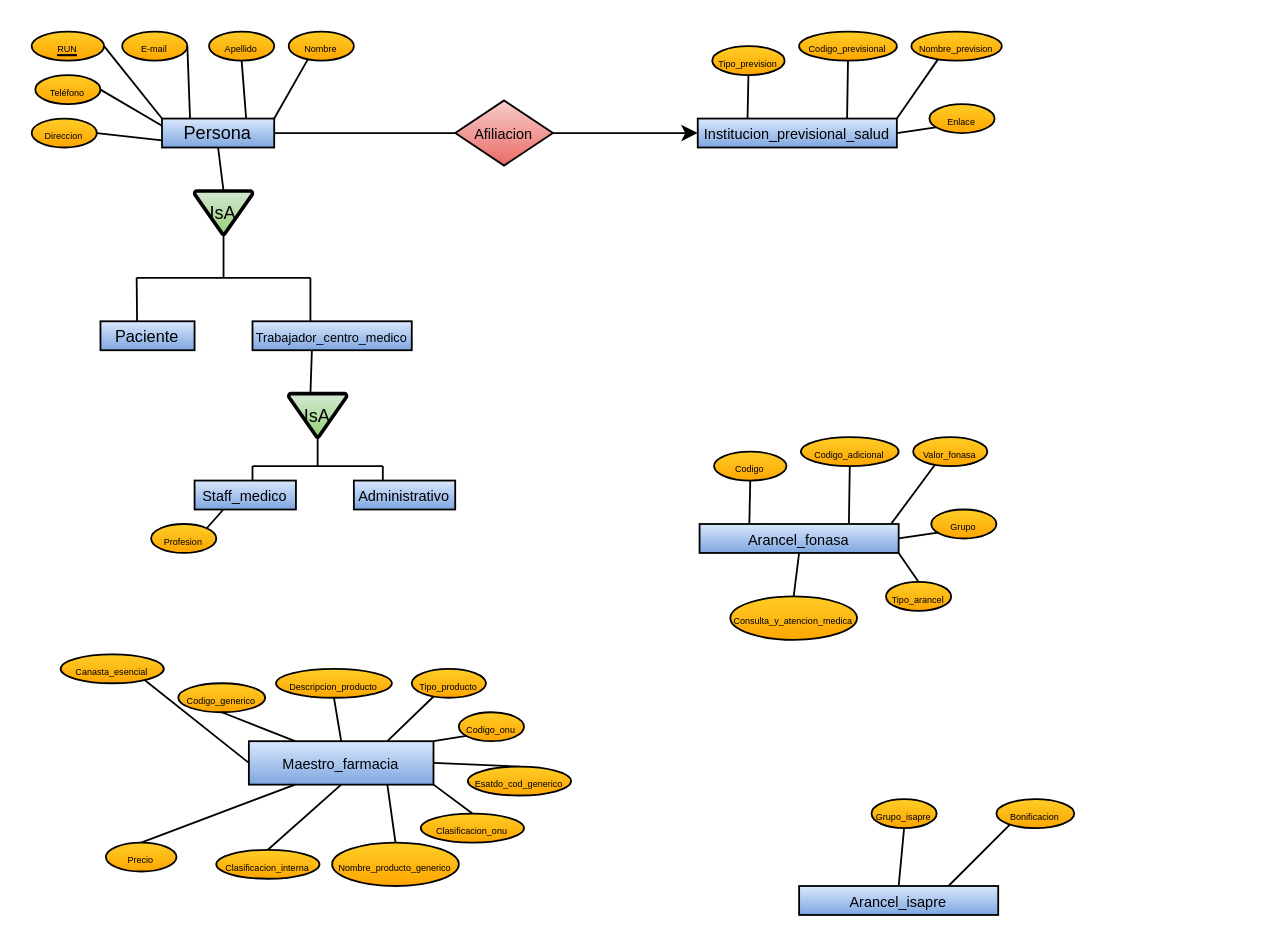
The draw.io diagram Diagrama sin título.drawio in CristopherC777/dibujo-piteross, before the edit. Source tidied: cells renumbered, new cells numbered last; positions are measured from the earlier drawing's top-left corner, leaving out a move shared by most shapes. Both pictures are drawn from the tidied source at 181%, with x=0, y=0 at pixel (31, 31).
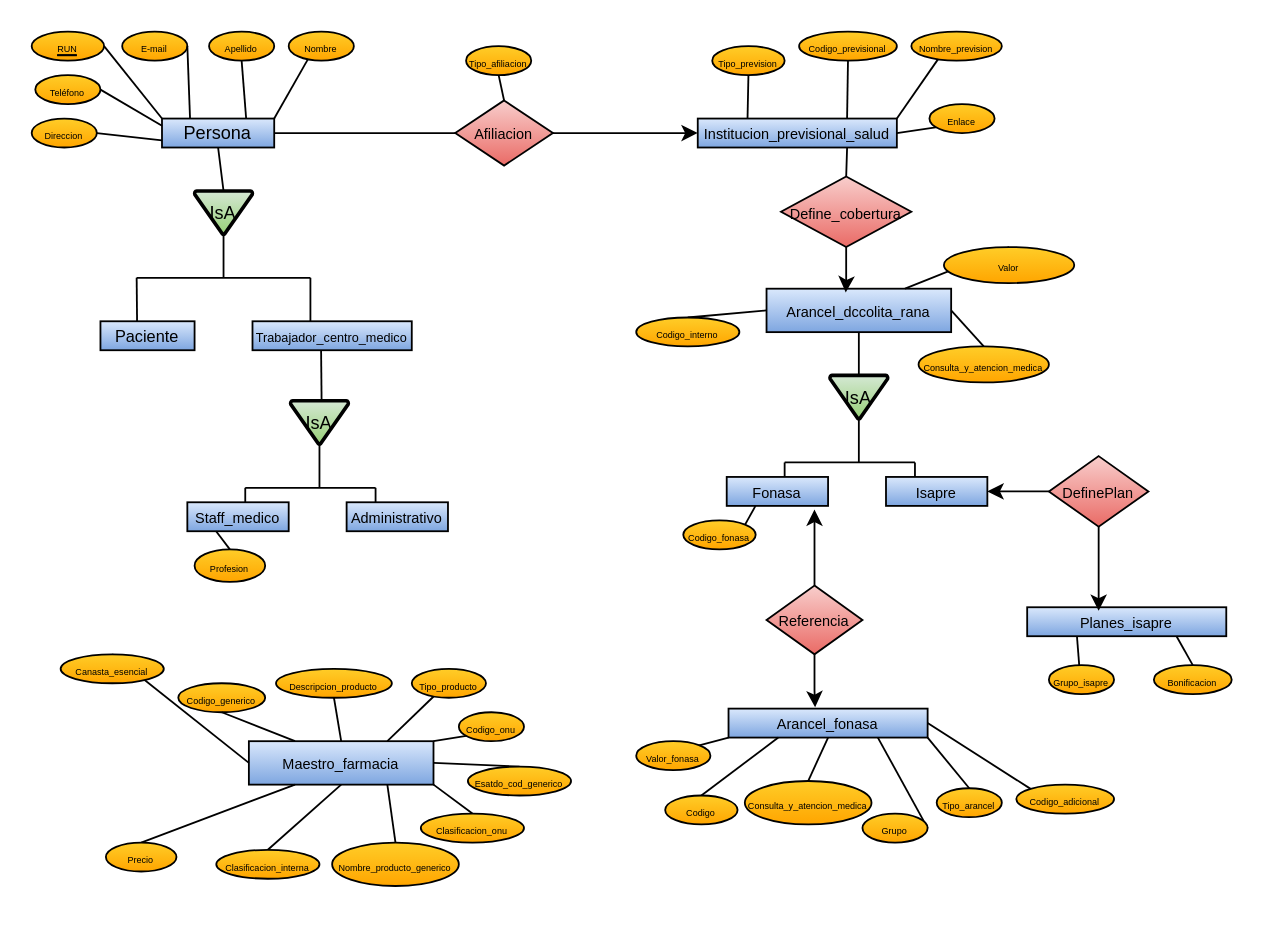
Above is the later version.

The change refers to these unchanged cells:
```xml
<mxCell id="20" value="&lt;span style=&quot;text-wrap-mode: nowrap;&quot;&gt;&lt;font style=&quot;font-size: 7px;&quot;&gt;Trabajador_centro_medico&lt;/font&gt;&lt;/span&gt;" style="whiteSpace=wrap;html=1;align=center;fillColor=#dae8fc;gradientColor=#7ea6e0;strokeColor=#000000;" parent="1" vertex="1">
  <mxGeometry x="122" y="160" width="88" height="16" as="geometry" />
</mxCell>
<mxCell id="33" value="&lt;span style=&quot;text-wrap-mode: nowrap;&quot;&gt;&lt;font style=&quot;font-size: 8px;&quot;&gt;Institucion_previsional_salud&lt;/font&gt;&lt;/span&gt;" style="whiteSpace=wrap;html=1;align=center;fillColor=#dae8fc;strokeColor=#000000;gradientColor=#7ea6e0;" parent="1" vertex="1">
  <mxGeometry x="368" y="48" width="110" height="16" as="geometry" />
</mxCell>
<mxCell id="82" value="&lt;font style=&quot;font-size: 8px;&quot;&gt;Afiliacion&lt;/font&gt;" style="shape=rhombus;perimeter=rhombusPerimeter;whiteSpace=wrap;html=1;align=center;fillColor=#f8cecc;gradientColor=#ea6b66;strokeColor=#000000;" parent="1" vertex="1">
  <mxGeometry x="234" y="38" width="54" height="36" as="geometry" />
</mxCell>
```

Diff of the diagram source:
```diff
@@
     <mxCell id="23" value="&lt;font size=&quot;1&quot;&gt;IsA&lt;/font&gt;" style="strokeWidth=2;html=1;shape=mxgraph.flowchart.merge_or_storage;whiteSpace=wrap;verticalAlign=middle;labelPosition=center;verticalLabelPosition=middle;align=center;fillColor=#d5e8d4;gradientColor=#97d077;strokeColor=#000000;" parent="1" vertex="1">
-      <mxGeometry x="142" y="200" width="32" height="24" as="geometry" />
+      <mxGeometry x="441" y="189.9" width="32" height="24" as="geometry" />
     </mxCell>
-    <mxCell id="24" style="endArrow=none;html=1;rounded=0;entryX=0.373;entryY=1.003;entryDx=0;entryDy=0;exitX=0.375;exitY=0;exitDx=0;exitDy=0;exitPerimeter=0;entryPerimeter=0;strokeColor=#000000;" parent="1" edge="1" source="23" target="20">
+    <mxCell id="24" style="endArrow=none;html=1;rounded=0;entryX=0.5;entryY=1;entryDx=0;entryDy=0;exitX=0.5;exitY=0;exitDx=0;exitDy=0;exitPerimeter=0;strokeColor=#000000;" parent="1" edge="1" source="23" target="84">
       <mxGeometry relative="1" as="geometry" />
     </mxCell>
     <mxCell id="25" style="endArrow=none;html=1;rounded=0;strokeColor=#000000;" parent="1" edge="1">
       <mxGeometry relative="1" as="geometry">
-        <mxPoint x="122" y="240" as="sourcePoint" />
-        <mxPoint x="194" y="240" as="targetPoint" />
+        <mxPoint x="416" y="238" as="sourcePoint" />
+        <mxPoint x="488" y="238" as="targetPoint" />
       </mxGeometry>
     </mxCell>
-    <mxCell id="26" style="endArrow=none;html=1;rounded=0;strokeColor=#000000;" parent="1" edge="1" target="23">
+    <mxCell id="26" style="endArrow=none;html=1;rounded=0;strokeColor=#000000;entryX=0.5;entryY=1;entryDx=0;entryDy=0;entryPerimeter=0;" parent="1" edge="1" target="23">
       <mxGeometry relative="1" as="geometry">
-        <mxPoint x="158" y="240" as="sourcePoint" />
+        <mxPoint x="457" y="238" as="sourcePoint" />
       </mxGeometry>
     </mxCell>
     <mxCell id="27" style="endArrow=none;html=1;rounded=0;strokeColor=#000000;" parent="1" edge="1">
       <mxGeometry relative="1" as="geometry">
-        <mxPoint x="122" y="248" as="sourcePoint" />
-        <mxPoint x="122" y="240" as="targetPoint" />
+        <mxPoint x="416" y="246" as="sourcePoint" />
+        <mxPoint x="416" y="238" as="targetPoint" />
       </mxGeometry>
     </mxCell>
     <mxCell id="28" style="endArrow=none;html=1;rounded=0;strokeColor=#000000;" parent="1" edge="1">
       <mxGeometry relative="1" as="geometry">
-        <mxPoint x="194" y="248" as="sourcePoint" />
-        <mxPoint x="194" y="240" as="targetPoint" />
+        <mxPoint x="488" y="246" as="sourcePoint" />
+        <mxPoint x="488" y="238" as="targetPoint" />
       </mxGeometry>
     </mxCell>
-    <mxCell id="29" value="&lt;span style=&quot;text-wrap-mode: nowrap;&quot;&gt;&lt;font style=&quot;font-size: 8px;&quot;&gt;Staff_medico&lt;/font&gt;&lt;/span&gt;" style="whiteSpace=wrap;html=1;align=center;fillColor=#dae8fc;gradientColor=#7ea6e0;strokeColor=#000000;" parent="1" vertex="1">
-      <mxGeometry x="90" y="248" width="56" height="16" as="geometry" />
+    <mxCell id="29" value="&lt;span style=&quot;text-wrap-mode: nowrap;&quot;&gt;&lt;font style=&quot;font-size: 8px;&quot;&gt;Fonasa&lt;/font&gt;&lt;/span&gt;" style="whiteSpace=wrap;html=1;align=center;fillColor=#dae8fc;gradientColor=#7ea6e0;strokeColor=#000000;" parent="1" vertex="1">
+      <mxGeometry x="384" y="246" width="56" height="16" as="geometry" />
     </mxCell>
-    <mxCell id="30" value="&lt;span style=&quot;text-wrap-mode: nowrap;&quot;&gt;&lt;font style=&quot;font-size: 8px;&quot;&gt;Administrativo&lt;/font&gt;&lt;/span&gt;" style="whiteSpace=wrap;html=1;align=center;fillColor=#dae8fc;gradientColor=#7ea6e0;strokeColor=#000000;" parent="1" vertex="1">
-      <mxGeometry x="178" y="248" width="56" height="16" as="geometry" />
+    <mxCell id="30" value="&lt;span style=&quot;text-wrap-mode: nowrap;&quot;&gt;&lt;font style=&quot;font-size: 8px;&quot;&gt;Isapre&lt;/font&gt;&lt;/span&gt;" style="whiteSpace=wrap;html=1;align=center;fillColor=#dae8fc;gradientColor=#7ea6e0;strokeColor=#000000;" parent="1" vertex="1">
+      <mxGeometry x="472" y="246" width="56" height="16" as="geometry" />
     </mxCell>
-    <mxCell id="31" value="&lt;span style=&quot;font-size: 5px;&quot;&gt;Profesion&lt;/span&gt;" style="ellipse;whiteSpace=wrap;html=1;align=center;fillColor=#ffcd28;gradientColor=#ffa500;strokeColor=#000000;" parent="1" vertex="1">
-      <mxGeometry x="66" y="272" width="36" height="16" as="geometry" />
+    <mxCell id="31" value="&lt;span style=&quot;font-size: 5px;&quot;&gt;Codigo_fonasa&lt;/span&gt;" style="ellipse;whiteSpace=wrap;html=1;align=center;fillColor=#ffcd28;gradientColor=#ffa500;strokeColor=#000000;" parent="1" vertex="1">
+      <mxGeometry x="360" y="270" width="40" height="16" as="geometry" />
     </mxCell>
     <mxCell id="32" style="endArrow=none;html=1;rounded=0;exitX=1;exitY=0;exitDx=0;exitDy=0;strokeColor=#000000;" parent="1" edge="1" source="31">
       <mxGeometry relative="1" as="geometry">
-        <mxPoint x="105.9" y="264" as="targetPoint" />
+        <mxPoint x="399.9" y="262" as="targetPoint" />
       </mxGeometry>
     </mxCell>
@@
     <mxCell id="42" value="&lt;span style=&quot;text-wrap-mode: nowrap;&quot;&gt;&lt;font style=&quot;font-size: 8px;&quot;&gt;Arancel_fonasa&lt;/font&gt;&lt;/span&gt;" style="whiteSpace=wrap;html=1;align=center;fillColor=#dae8fc;gradientColor=#7ea6e0;strokeColor=#000000;" parent="1" vertex="1">
-      <mxGeometry x="369" y="272" width="110" height="16" as="geometry" />
+      <mxGeometry x="385" y="374" width="110" height="16" as="geometry" />
     </mxCell>
     <mxCell id="43" value="&lt;span style=&quot;font-size: 5px;&quot;&gt;Codigo&lt;/span&gt;" style="ellipse;whiteSpace=wrap;html=1;align=center;fillColor=#ffcd28;gradientColor=#ffa500;strokeColor=#000000;" parent="1" vertex="1">
-      <mxGeometry x="377" y="232" width="40" height="16" as="geometry" />
+      <mxGeometry x="350" y="422" width="40" height="16" as="geometry" />
     </mxCell>
-    <mxCell id="44" style="endArrow=none;html=1;rounded=0;entryX=1;entryY=0.5;entryDx=0;entryDy=0;exitX=1;exitY=0.5;exitDx=0;exitDy=0;strokeColor=#000000;" parent="1" edge="1" source="42" target="47">
+    <mxCell id="44" style="endArrow=none;html=1;rounded=0;entryX=1;entryY=0.5;entryDx=0;entryDy=0;exitX=0.75;exitY=1;exitDx=0;exitDy=0;strokeColor=#000000;" parent="1" edge="1" source="42" target="47">
       <mxGeometry relative="1" as="geometry" />
     </mxCell>
     <mxCell id="45" value="&lt;font style=&quot;font-size: 5px;&quot;&gt;Valor_fonasa&lt;/font&gt;" style="ellipse;whiteSpace=wrap;html=1;align=center;fillColor=#ffcd28;gradientColor=#ffa500;strokeColor=#000000;" parent="1" vertex="1">
-      <mxGeometry x="487" y="224" width="41" height="16" as="geometry" />
+      <mxGeometry x="334" y="392" width="41" height="16" as="geometry" />
     </mxCell>
     <mxCell id="46" value="&lt;span style=&quot;font-size: 5px;&quot;&gt;Codigo_adicional&lt;/span&gt;" style="ellipse;whiteSpace=wrap;html=1;align=center;fillColor=#ffcd28;gradientColor=#ffa500;strokeColor=#000000;" parent="1" vertex="1">
-      <mxGeometry x="425" y="224" width="54" height="16" as="geometry" />
+      <mxGeometry x="544" y="416" width="54" height="16" as="geometry" />
     </mxCell>
     <mxCell id="47" value="&lt;span style=&quot;font-size: 5px;&quot;&gt;Grupo&lt;/span&gt;" style="ellipse;whiteSpace=wrap;html=1;align=center;fillColor=#ffcd28;gradientColor=#ffa500;strokeColor=#000000;" parent="1" vertex="1">
-      <mxGeometry x="497" y="264" width="36" height="16" as="geometry" />
+      <mxGeometry x="459" y="432" width="36" height="16" as="geometry" />
     </mxCell>
-    <mxCell id="48" style="endArrow=none;html=1;rounded=0;entryX=0.5;entryY=1;entryDx=0;entryDy=0;exitX=0.25;exitY=0;exitDx=0;exitDy=0;strokeColor=#000000;" parent="1" edge="1" source="42" target="43">
+    <mxCell id="48" style="endArrow=none;html=1;rounded=0;entryX=0.5;entryY=0;entryDx=0;entryDy=0;exitX=0.25;exitY=1;exitDx=0;exitDy=0;strokeColor=#000000;" parent="1" edge="1" source="42" target="43">
       <mxGeometry relative="1" as="geometry" />
     </mxCell>
-    <mxCell id="49" style="endArrow=none;html=1;rounded=0;entryX=0.5;entryY=1;entryDx=0;entryDy=0;exitX=0.75;exitY=0;exitDx=0;exitDy=0;strokeColor=#000000;" parent="1" edge="1" source="42" target="46">
+    <mxCell id="49" style="endArrow=none;html=1;rounded=0;entryX=0;entryY=0;entryDx=0;entryDy=0;exitX=1;exitY=0.5;exitDx=0;exitDy=0;strokeColor=#000000;" parent="1" edge="1" source="42" target="46">
       <mxGeometry relative="1" as="geometry" />
     </mxCell>
-    <mxCell id="50" style="endArrow=none;html=1;rounded=0;entryX=0.294;entryY=0.956;entryDx=0;entryDy=0;exitX=0.962;exitY=-0.004;exitDx=0;exitDy=0;entryPerimeter=0;exitPerimeter=0;strokeColor=#000000;" parent="1" edge="1" source="42" target="45">
+    <mxCell id="50" style="endArrow=none;html=1;rounded=0;entryX=1;entryY=0;entryDx=0;entryDy=0;exitX=0;exitY=1;exitDx=0;exitDy=0;strokeColor=#000000;" parent="1" edge="1" source="42" target="45">
       <mxGeometry relative="1" as="geometry" />
     </mxCell>
@@
     <mxCell id="52" value="&lt;span style=&quot;font-size: 5px;&quot;&gt;Tipo_arancel&lt;/span&gt;" style="ellipse;whiteSpace=wrap;html=1;align=center;fillColor=#ffcd28;gradientColor=#ffa500;strokeColor=#000000;" parent="1" vertex="1">
-      <mxGeometry x="472" y="304" width="36" height="16" as="geometry" />
+      <mxGeometry x="500" y="418" width="36" height="16" as="geometry" />
     </mxCell>
@@
     <mxCell id="54" value="&lt;span style=&quot;font-size: 5px;&quot;&gt;Consulta_y_atencion_medica&lt;/span&gt;" style="ellipse;whiteSpace=wrap;html=1;align=center;fillColor=#ffcd28;gradientColor=#ffa500;strokeColor=#000000;" parent="1" vertex="1">
-      <mxGeometry x="386" y="312" width="70" height="24" as="geometry" />
+      <mxGeometry x="394" y="414" width="70" height="24" as="geometry" />
     </mxCell>
-    <mxCell id="55" value="&lt;span style=&quot;text-wrap-mode: nowrap;&quot;&gt;&lt;font style=&quot;font-size: 8px;&quot;&gt;Arancel_isapre&lt;/font&gt;&lt;/span&gt;" style="whiteSpace=wrap;html=1;align=center;fillColor=#dae8fc;gradientColor=#7ea6e0;strokeColor=#000000;" parent="1" vertex="1">
-      <mxGeometry x="424" y="472" width="110" height="16" as="geometry" />
+    <mxCell id="55" value="&lt;span style=&quot;text-wrap-mode: nowrap;&quot;&gt;&lt;font style=&quot;font-size: 8px;&quot;&gt;Planes_isapre&lt;/font&gt;&lt;/span&gt;" style="whiteSpace=wrap;html=1;align=center;fillColor=#dae8fc;gradientColor=#7ea6e0;strokeColor=#000000;" parent="1" vertex="1">
+      <mxGeometry x="550" y="318" width="110" height="16" as="geometry" />
     </mxCell>
-    <mxCell id="56" style="endArrow=none;html=1;rounded=0;entryX=0.5;entryY=1;entryDx=0;entryDy=0;exitX=0.5;exitY=0;exitDx=0;exitDy=0;strokeColor=#000000;" parent="1" edge="1" source="55" target="57">
+    <mxCell id="56" style="endArrow=none;html=1;rounded=0;entryX=0.5;entryY=1;entryDx=0;entryDy=0;exitX=0.25;exitY=1;exitDx=0;exitDy=0;strokeColor=#000000;" parent="1" edge="1" source="55" target="57">
       <mxGeometry relative="1" as="geometry" />
     </mxCell>
     <mxCell id="57" value="&lt;span style=&quot;font-size: 5px;&quot;&gt;Grupo_isapre&lt;/span&gt;" style="ellipse;whiteSpace=wrap;html=1;align=center;fillColor=#ffcd28;gradientColor=#ffa500;strokeColor=#000000;" parent="1" vertex="1">
-      <mxGeometry x="464" y="424" width="36" height="16" as="geometry" />
+      <mxGeometry x="562" y="350" width="36" height="16" as="geometry" />
     </mxCell>
-    <mxCell id="58" style="endArrow=none;html=1;rounded=0;entryX=0.5;entryY=0;entryDx=0;entryDy=0;exitX=0.75;exitY=0;exitDx=0;exitDy=0;strokeColor=#000000;" parent="1" edge="1" source="55" target="59">
+    <mxCell id="58" style="endArrow=none;html=1;rounded=0;entryX=0.5;entryY=0;entryDx=0;entryDy=0;exitX=0.75;exitY=1;exitDx=0;exitDy=0;strokeColor=#000000;" parent="1" edge="1" source="55" target="59">
       <mxGeometry relative="1" as="geometry" />
     </mxCell>
     <mxCell id="59" value="&lt;span style=&quot;font-size: 5px;&quot;&gt;Bonificacion&lt;/span&gt;" style="ellipse;whiteSpace=wrap;html=1;align=center;fillColor=#ffcd28;gradientColor=#ffa500;strokeColor=#000000;" parent="1" vertex="1">
-      <mxGeometry x="533" y="424" width="43" height="16" as="geometry" />
+      <mxGeometry x="620" y="350" width="43" height="16" as="geometry" />
     </mxCell>
@@
+    <mxCell id="84" value="&lt;span style=&quot;text-wrap-mode: nowrap;&quot;&gt;&lt;font style=&quot;font-size: 8px;&quot;&gt;Arancel_dccolita_rana&lt;/font&gt;&lt;/span&gt;" style="whiteSpace=wrap;html=1;align=center;fillColor=#dae8fc;gradientColor=#7ea6e0;strokeColor=#000000;" parent="1" vertex="1">
+      <mxGeometry x="406" y="142" width="102" height="24" as="geometry" />
+    </mxCell>
+    <mxCell id="85" style="endArrow=none;html=1;rounded=0;entryX=0.5;entryY=0;entryDx=0;entryDy=0;exitX=0;exitY=0.5;exitDx=0;exitDy=0;strokeColor=#000000;" parent="1" edge="1" source="84" target="86">
+      <mxGeometry relative="1" as="geometry" />
+    </mxCell>
+    <mxCell id="86" value="&lt;span style=&quot;font-size: 5px;&quot;&gt;Codigo_interno&lt;/span&gt;" style="ellipse;whiteSpace=wrap;html=1;align=center;fillColor=#ffcd28;gradientColor=#ffa500;strokeColor=#000000;" parent="1" vertex="1">
+      <mxGeometry x="334" y="157.9" width="57" height="16" as="geometry" />
+    </mxCell>
+    <mxCell id="87" value="&lt;span style=&quot;font-size: 5px;&quot;&gt;Tipo_afiliacion&lt;/span&gt;" style="ellipse;whiteSpace=wrap;html=1;align=center;fillColor=#ffcd28;gradientColor=#ffa500;strokeColor=#000000;" parent="1" vertex="1">
+      <mxGeometry x="240" y="8" width="36" height="16" as="geometry" />
+    </mxCell>
+    <mxCell id="88" style="endArrow=none;html=1;rounded=0;entryX=0.5;entryY=1;entryDx=0;entryDy=0;exitX=0.5;exitY=0;exitDx=0;exitDy=0;strokeColor=#000000;" parent="1" edge="1" source="82" target="87">
+      <mxGeometry relative="1" as="geometry" />
+    </mxCell>
+    <mxCell id="89" value="&lt;font style=&quot;font-size: 8px;&quot;&gt;Define_cobertura&lt;/font&gt;" style="shape=rhombus;perimeter=rhombusPerimeter;whiteSpace=wrap;html=1;align=center;fillColor=#f8cecc;gradientColor=#ea6b66;strokeColor=#000000;" parent="1" vertex="1">
+      <mxGeometry x="414" y="80" width="72" height="39" as="geometry" />
+    </mxCell>
+    <mxCell id="90" style="endArrow=none;html=1;rounded=0;entryX=0.75;entryY=1;entryDx=0;entryDy=0;exitX=0.5;exitY=0;exitDx=0;exitDy=0;strokeColor=#000000;" parent="1" edge="1" source="89" target="33">
+      <mxGeometry relative="1" as="geometry" />
+    </mxCell>
+    <mxCell id="91" style="edgeStyle=orthogonalEdgeStyle;rounded=0;jettySize=auto;html=1;" parent="1" edge="1" source="92">
+      <mxGeometry relative="1" as="geometry">
+        <mxPoint x="432.5" y="264" as="targetPoint" />
+      </mxGeometry>
+    </mxCell>
+    <mxCell id="92" value="&lt;font style=&quot;font-size: 8px;&quot;&gt;Referencia&lt;/font&gt;" style="shape=rhombus;perimeter=rhombusPerimeter;whiteSpace=wrap;html=1;align=center;fillColor=#f8cecc;gradientColor=#ea6b66;strokeColor=#000000;" parent="1" vertex="1">
+      <mxGeometry x="406" y="306" width="53" height="38" as="geometry" />
+    </mxCell>
+    <mxCell id="93" style="edgeStyle=orthogonalEdgeStyle;rounded=0;jettySize=auto;html=1;entryX=1;entryY=0.5;entryDx=0;entryDy=0;" parent="1" edge="1" source="94" target="30">
+      <mxGeometry relative="1" as="geometry" />
+    </mxCell>
+    <mxCell id="94" value="&lt;font style=&quot;font-size: 8px;&quot;&gt;DefinePlan&lt;/font&gt;" style="shape=rhombus;perimeter=rhombusPerimeter;whiteSpace=wrap;html=1;align=center;fillColor=#f8cecc;gradientColor=#ea6b66;strokeColor=#000000;" parent="1" vertex="1">
+      <mxGeometry x="562" y="234.5" width="55" height="39" as="geometry" />
+    </mxCell>
+    <mxCell id="95" style="endArrow=none;html=1;rounded=0;entryX=0.5;entryY=0;entryDx=0;entryDy=0;exitX=1;exitY=0.5;exitDx=0;exitDy=0;strokeColor=#000000;" parent="1" edge="1" source="84" target="96">
+      <mxGeometry relative="1" as="geometry" />
+    </mxCell>
+    <mxCell id="96" value="&lt;span style=&quot;font-size: 5px;&quot;&gt;Consulta_y_atencion_medica&lt;/span&gt;" style="ellipse;whiteSpace=wrap;html=1;align=center;fillColor=#ffcd28;gradientColor=#ffa500;strokeColor=#000000;" parent="1" vertex="1">
+      <mxGeometry x="490" y="173.9" width="72" height="19.9" as="geometry" />
+    </mxCell>
+    <mxCell id="97" style="endArrow=none;html=1;rounded=0;entryX=0.5;entryY=0;entryDx=0;entryDy=0;exitX=0.75;exitY=0;exitDx=0;exitDy=0;strokeColor=#000000;" parent="1" edge="1" source="84" target="98">
+      <mxGeometry relative="1" as="geometry" />
+    </mxCell>
+    <mxCell id="98" value="&lt;span style=&quot;font-size: 5px;&quot;&gt;Valor&lt;/span&gt;" style="ellipse;whiteSpace=wrap;html=1;align=center;fillColor=#ffcd28;gradientColor=#ffa500;strokeColor=#000000;" parent="1" vertex="1">
+      <mxGeometry x="504" y="119" width="72" height="19.9" as="geometry" />
+    </mxCell>
+    <mxCell id="99" style="edgeStyle=orthogonalEdgeStyle;rounded=0;jettySize=auto;html=1;entryX=0.429;entryY=0.087;entryDx=0;entryDy=0;entryPerimeter=0;" parent="1" edge="1" source="89" target="84">
+      <mxGeometry relative="1" as="geometry" />
+    </mxCell>
+    <mxCell id="100" style="edgeStyle=orthogonalEdgeStyle;rounded=0;jettySize=auto;html=1;entryX=0.435;entryY=-0.044;entryDx=0;entryDy=0;entryPerimeter=0;" parent="1" edge="1" source="92" target="42">
+      <mxGeometry relative="1" as="geometry" />
+    </mxCell>
+    <mxCell id="101" style="edgeStyle=orthogonalEdgeStyle;rounded=0;jettySize=auto;html=1;entryX=0.359;entryY=0.125;entryDx=0;entryDy=0;entryPerimeter=0;" parent="1" edge="1" source="94" target="55">
+      <mxGeometry relative="1" as="geometry" />
+    </mxCell>
+    <mxCell id="102" value="&lt;font size=&quot;1&quot;&gt;IsA&lt;/font&gt;" style="strokeWidth=2;html=1;shape=mxgraph.flowchart.merge_or_storage;whiteSpace=wrap;verticalAlign=middle;labelPosition=center;verticalLabelPosition=middle;align=center;fillColor=#d5e8d4;gradientColor=#97d077;strokeColor=#000000;" parent="1" vertex="1">
+      <mxGeometry x="143" y="203.9" width="32" height="24" as="geometry" />
+    </mxCell>
+    <mxCell id="103" style="endArrow=none;html=1;rounded=0;strokeColor=#000000;" parent="1" edge="1">
+      <mxGeometry relative="1" as="geometry">
+        <mxPoint x="118" y="252" as="sourcePoint" />
+        <mxPoint x="190" y="252" as="targetPoint" />
+      </mxGeometry>
+    </mxCell>
+    <mxCell id="104" style="endArrow=none;html=1;rounded=0;strokeColor=#000000;entryX=0.5;entryY=1;entryDx=0;entryDy=0;entryPerimeter=0;" parent="1" edge="1" target="102">
+      <mxGeometry relative="1" as="geometry">
+        <mxPoint x="159" y="252" as="sourcePoint" />
+      </mxGeometry>
+    </mxCell>
+    <mxCell id="105" style="endArrow=none;html=1;rounded=0;strokeColor=#000000;" parent="1" edge="1">
+      <mxGeometry relative="1" as="geometry">
+        <mxPoint x="118" y="260" as="sourcePoint" />
+        <mxPoint x="118" y="252" as="targetPoint" />
+      </mxGeometry>
+    </mxCell>
+    <mxCell id="106" style="endArrow=none;html=1;rounded=0;strokeColor=#000000;" parent="1" edge="1">
+      <mxGeometry relative="1" as="geometry">
+        <mxPoint x="190" y="260" as="sourcePoint" />
+        <mxPoint x="190" y="252" as="targetPoint" />
+      </mxGeometry>
+    </mxCell>
+    <mxCell id="107" value="&lt;span style=&quot;text-wrap-mode: nowrap;&quot;&gt;&lt;font style=&quot;font-size: 8px;&quot;&gt;Staff_medico&lt;/font&gt;&lt;/span&gt;" style="whiteSpace=wrap;html=1;align=center;fillColor=#dae8fc;gradientColor=#7ea6e0;strokeColor=#000000;" parent="1" vertex="1">
+      <mxGeometry x="86" y="260" width="56" height="16" as="geometry" />
+    </mxCell>
+    <mxCell id="108" value="&lt;span style=&quot;text-wrap-mode: nowrap;&quot;&gt;&lt;font style=&quot;font-size: 8px;&quot;&gt;Administrativo&lt;/font&gt;&lt;/span&gt;" style="whiteSpace=wrap;html=1;align=center;fillColor=#dae8fc;gradientColor=#7ea6e0;strokeColor=#000000;" parent="1" vertex="1">
+      <mxGeometry x="174" y="260" width="56" height="16" as="geometry" />
+    </mxCell>
+    <mxCell id="109" style="endArrow=none;html=1;rounded=0;exitX=0.5;exitY=0;exitDx=0;exitDy=0;strokeColor=#000000;" parent="1" edge="1" source="111">
+      <mxGeometry relative="1" as="geometry">
+        <mxPoint x="101.9" y="276" as="targetPoint" />
+      </mxGeometry>
+    </mxCell>
+    <mxCell id="110" style="endArrow=none;html=1;rounded=0;strokeColor=#000000;entryX=0.5;entryY=1;entryDx=0;entryDy=0;entryPerimeter=0;exitX=0.537;exitY=-0.001;exitDx=0;exitDy=0;exitPerimeter=0;" parent="1" edge="1" source="102">
+      <mxGeometry relative="1" as="geometry">
+        <mxPoint x="159.9" y="176" as="targetPoint" />
+      </mxGeometry>
+    </mxCell>
+    <mxCell id="111" value="&lt;span style=&quot;font-size: 5px;&quot;&gt;Profesion&lt;/span&gt;" style="ellipse;whiteSpace=wrap;html=1;align=center;fillColor=#ffcd28;gradientColor=#ffa500;strokeColor=#000000;" parent="1" vertex="1">
+      <mxGeometry x="90" y="286" width="39" height="18" as="geometry" />
+    </mxCell>
```
